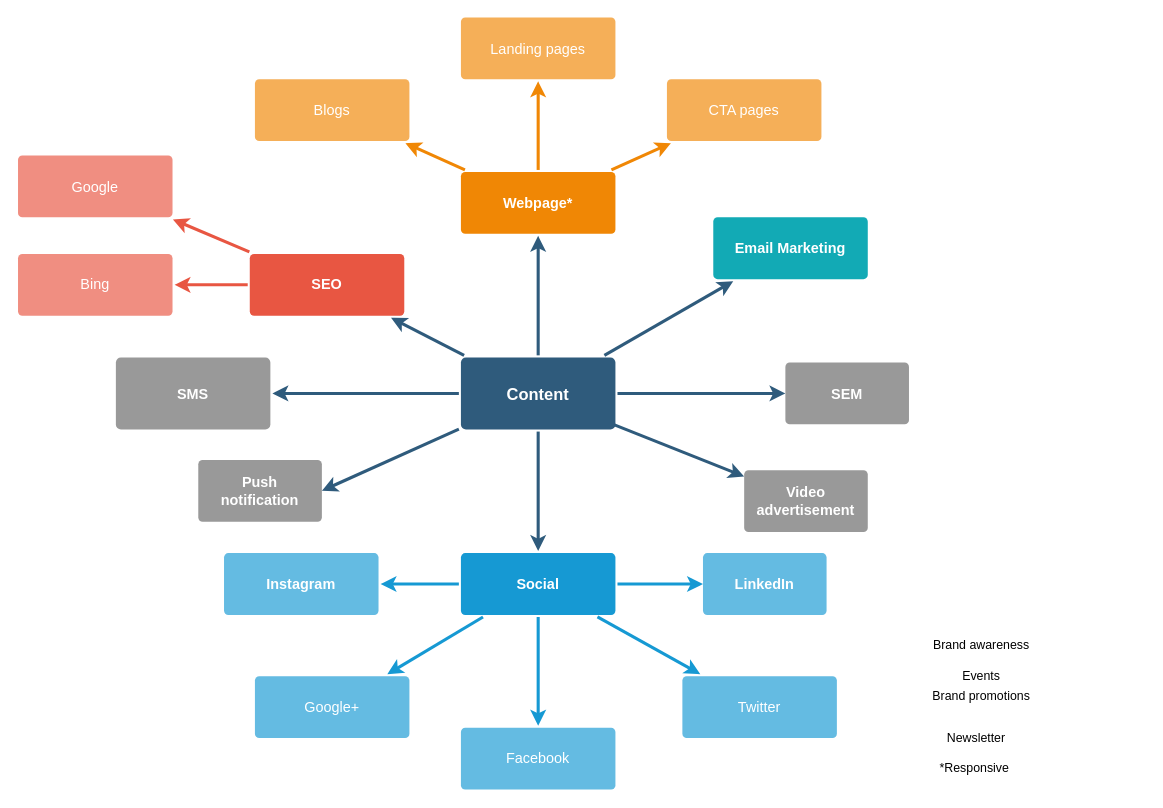
Above: page "Mindmap" (1 of 5) of digital-marketing.drawio in lmnaslimited/iyakkam (draw.io), before the change. Source tidied: cells renumbered, new cells numbered last; positions are measured from the earlier drawing's top-left corner, leaving out a move shared by most shapes. Both pictures are drawn from the tidied source at 103%, with x=0, y=0 at pixel (18, 16).
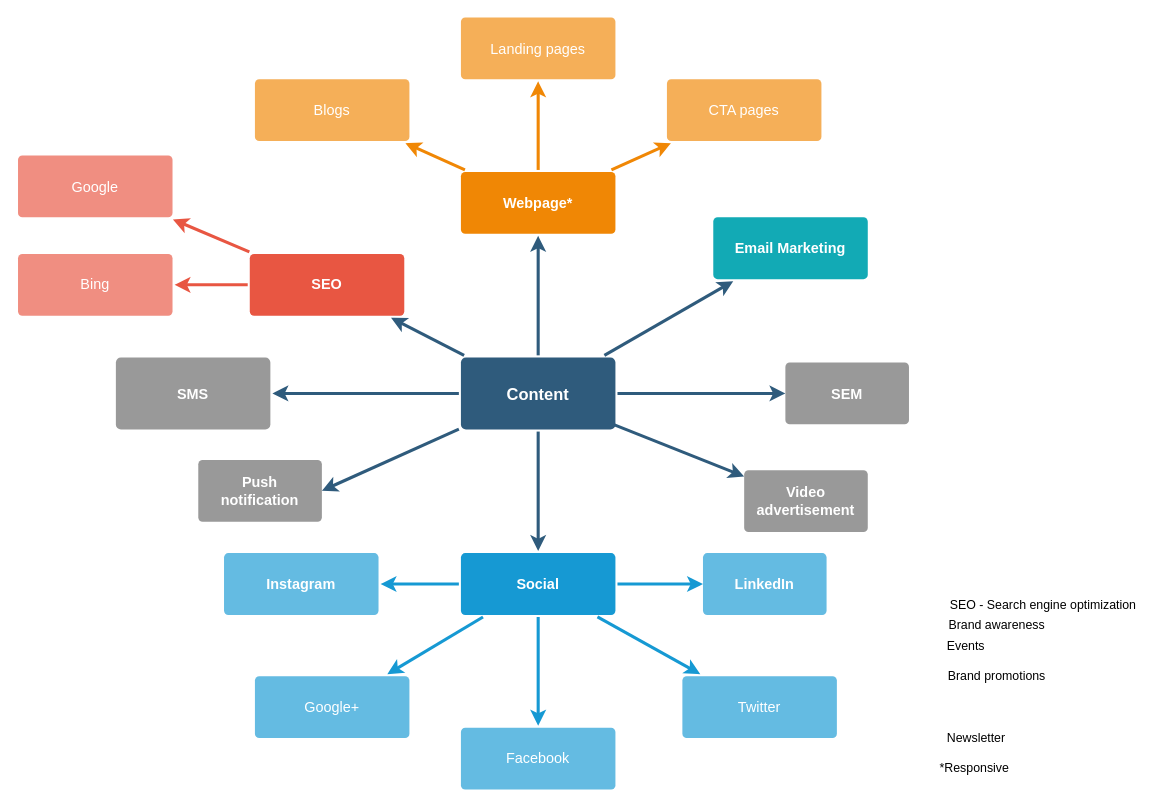
The same page after the edit.

Diff of the diagram source:
```diff
@@
     <mxCell id="37" value="Brand awareness" style="text;html=1;align=center;verticalAlign=middle;strokeColor=none;fillColor=none;" parent="1" vertex="1">
-      <mxGeometry x="880" y="600" width="110" height="20" as="geometry" />
+      <mxGeometry x="895" y="580.5" width="110" height="20" as="geometry" />
     </mxCell>
     <mxCell id="38" value="Events" style="text;html=1;align=center;verticalAlign=middle;strokeColor=none;fillColor=none;" parent="1" vertex="1">
-      <mxGeometry x="910" y="630" width="50" height="20" as="geometry" />
+      <mxGeometry x="895" y="600.5" width="50" height="20" as="geometry" />
     </mxCell>
     <mxCell id="39" value="Brand promotions" style="text;html=1;align=center;verticalAlign=middle;strokeColor=none;fillColor=none;" parent="1" vertex="1">
-      <mxGeometry x="880" y="650" width="110" height="20" as="geometry" />
+      <mxGeometry x="895" y="630" width="110" height="20" as="geometry" />
     </mxCell>
@@
+    <mxCell id="44" value="SEO - Search engine optimization" style="text;html=1;align=center;verticalAlign=middle;strokeColor=none;fillColor=none;" parent="1" vertex="1">
+      <mxGeometry x="895" y="560.5" width="200" height="20" as="geometry" />
+    </mxCell>
```
